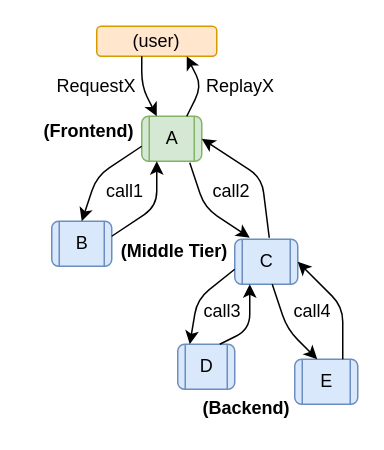
Earlier version of the draw.io diagram diagrams/traceing.drawio (MilosSimic/phd-thesis). Source tidied: cells renumbered, new cells numbered last; positions are measured from the earlier drawing's top-left corner, leaving out a move shared by most shapes. Both pictures are drawn from the tidied source at 150%, with x=0, y=0 at pixel (51, 26).
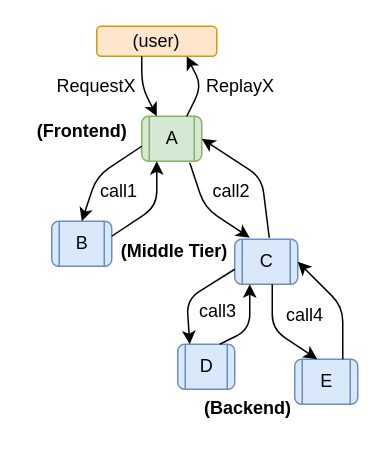
The same diagram, later.

Unchanged cells that the change refers to:
```xml
<mxCell id="3" value="A" style="shape=process;whiteSpace=wrap;html=1;backgroundOutline=1;rounded=1;fontStyle=0;fillColor=#d5e8d4;strokeColor=#82b366;" parent="1" vertex="1">
  <mxGeometry x="60" y="60" width="40" height="30" as="geometry" />
</mxCell>
<mxCell id="7" value="C" style="shape=process;whiteSpace=wrap;html=1;backgroundOutline=1;rounded=1;fillColor=#dae8fc;strokeColor=#6c8ebf;fontStyle=0;" parent="1" vertex="1">
  <mxGeometry x="122" y="142" width="42" height="30" as="geometry" />
</mxCell>
```

Diff of the diagram source:
```diff
@@
-    <mxCell id="4" style="endArrow=classic;html=1;entryX=0.25;entryY=0;entryDx=0;entryDy=0;" parent="1" edge="1" target="3">
-      <mxGeometry relative="1" as="geometry">
-        <mxPoint x="60" y="20" as="sourcePoint" />
-        <Array as="points">
-          <mxPoint x="60" y="40" />
-        </Array>
-      </mxGeometry>
-    </mxCell>
+    <mxCell id="27" style="endArrow=classic;html=1;entryX=0.25;entryY=0;entryDx=0;entryDy=0;" parent="1" edge="1" target="3">
+      <mxGeometry relative="1" as="geometry">
+        <mxPoint x="60" y="20" as="sourcePoint" />
+        <Array as="points">
+          <mxPoint x="60" y="40" />
+        </Array>
+      </mxGeometry>
+    </mxCell>
@@
-    <mxCell id="8" style="endArrow=classic;html=1;" parent="1" edge="1">
-      <mxGeometry relative="1" as="geometry">
-        <mxPoint x="60" y="80" as="sourcePoint" />
-        <mxPoint x="20" y="130" as="targetPoint" />
-        <Array as="points">
-          <mxPoint x="30" y="100" />
-        </Array>
-      </mxGeometry>
-    </mxCell>
-    <mxCell id="9" style="endArrow=classic;html=1;" parent="1" edge="1">
-      <mxGeometry relative="1" as="geometry">
-        <mxPoint x="40" y="140" as="sourcePoint" />
-        <mxPoint x="70" y="90" as="targetPoint" />
-        <Array as="points">
-          <mxPoint x="70" y="120" />
-        </Array>
-      </mxGeometry>
-    </mxCell>
-    <mxCell id="10" style="endArrow=classic;html=1;" parent="1" edge="1">
-      <mxGeometry relative="1" as="geometry">
-        <mxPoint x="92" y="91" as="sourcePoint" />
-        <mxPoint x="132" y="141" as="targetPoint" />
-        <Array as="points">
-          <mxPoint x="102" y="121" />
-        </Array>
-      </mxGeometry>
-    </mxCell>
-    <mxCell id="11" style="endArrow=classic;html=1;entryX=1;entryY=0.5;entryDx=0;entryDy=0;" parent="1" edge="1" target="3">
-      <mxGeometry relative="1" as="geometry">
-        <mxPoint x="145" y="141" as="sourcePoint" />
-        <Array as="points">
-          <mxPoint x="140" y="101" />
-        </Array>
-      </mxGeometry>
-    </mxCell>
+    <mxCell id="28" style="endArrow=classic;html=1;" parent="1" edge="1">
+      <mxGeometry relative="1" as="geometry">
+        <mxPoint x="60" y="80" as="sourcePoint" />
+        <mxPoint x="20" y="130" as="targetPoint" />
+        <Array as="points">
+          <mxPoint x="30" y="100" />
+        </Array>
+      </mxGeometry>
+    </mxCell>
+    <mxCell id="29" style="endArrow=classic;html=1;" parent="1" edge="1">
+      <mxGeometry relative="1" as="geometry">
+        <mxPoint x="40" y="140" as="sourcePoint" />
+        <mxPoint x="70" y="90" as="targetPoint" />
+        <Array as="points">
+          <mxPoint x="70" y="120" />
+        </Array>
+      </mxGeometry>
+    </mxCell>
+    <mxCell id="30" style="endArrow=classic;html=1;" parent="1" edge="1">
+      <mxGeometry relative="1" as="geometry">
+        <mxPoint x="92" y="91" as="sourcePoint" />
+        <mxPoint x="132" y="141" as="targetPoint" />
+        <Array as="points">
+          <mxPoint x="102" y="121" />
+        </Array>
+      </mxGeometry>
+    </mxCell>
+    <mxCell id="31" style="endArrow=classic;html=1;entryX=1;entryY=0.5;entryDx=0;entryDy=0;" parent="1" edge="1" target="3">
+      <mxGeometry relative="1" as="geometry">
+        <mxPoint x="145" y="141" as="sourcePoint" />
+        <Array as="points">
+          <mxPoint x="140" y="101" />
+        </Array>
+      </mxGeometry>
+    </mxCell>
@@
-    <mxCell id="14" style="endArrow=classic;html=1;" parent="1" edge="1">
-      <mxGeometry relative="1" as="geometry">
-        <mxPoint x="122" y="162" as="sourcePoint" />
-        <mxPoint x="92" y="212" as="targetPoint" />
-        <Array as="points">
-          <mxPoint x="97" y="182" />
-        </Array>
-      </mxGeometry>
-    </mxCell>
-    <mxCell id="15" style="endArrow=classic;html=1;" parent="1" edge="1">
-      <mxGeometry relative="1" as="geometry">
-        <mxPoint x="112" y="212" as="sourcePoint" />
-        <mxPoint x="132" y="172" as="targetPoint" />
-        <Array as="points">
-          <mxPoint x="132" y="202" />
-        </Array>
-      </mxGeometry>
-    </mxCell>
-    <mxCell id="16" style="endArrow=classic;html=1;" parent="1" edge="1">
-      <mxGeometry relative="1" as="geometry">
-        <mxPoint x="147" y="172" as="sourcePoint" />
-        <mxPoint x="177" y="222" as="targetPoint" />
-        <Array as="points">
-          <mxPoint x="157" y="202" />
-        </Array>
-      </mxGeometry>
-    </mxCell>
-    <mxCell id="17" style="endArrow=classic;html=1;entryX=1;entryY=0.5;entryDx=0;entryDy=0;exitX=0.64;exitY=-0.167;exitDx=0;exitDy=0;exitPerimeter=0;" parent="1" edge="1" target="7">
-      <mxGeometry relative="1" as="geometry">
-        <mxPoint x="194" y="222" as="sourcePoint" />
-        <Array as="points">
-          <mxPoint x="194" y="187" />
-        </Array>
-      </mxGeometry>
-    </mxCell>
+    <mxCell id="32" style="endArrow=classic;html=1;" parent="1" edge="1">
+      <mxGeometry relative="1" as="geometry">
+        <mxPoint x="122" y="162" as="sourcePoint" />
+        <mxPoint x="92" y="212" as="targetPoint" />
+        <Array as="points">
+          <mxPoint x="90" y="182" />
+        </Array>
+      </mxGeometry>
+    </mxCell>
+    <mxCell id="33" style="endArrow=classic;html=1;" parent="1" edge="1">
+      <mxGeometry relative="1" as="geometry">
+        <mxPoint x="112" y="212" as="sourcePoint" />
+        <mxPoint x="132" y="172" as="targetPoint" />
+        <Array as="points">
+          <mxPoint x="132" y="202" />
+        </Array>
+      </mxGeometry>
+    </mxCell>
+    <mxCell id="34" style="endArrow=classic;html=1;" parent="1" edge="1">
+      <mxGeometry relative="1" as="geometry">
+        <mxPoint x="147" y="172" as="sourcePoint" />
+        <mxPoint x="177" y="222" as="targetPoint" />
+        <Array as="points">
+          <mxPoint x="147" y="202" />
+        </Array>
+      </mxGeometry>
+    </mxCell>
+    <mxCell id="35" style="endArrow=classic;html=1;entryX=1;entryY=0.5;entryDx=0;entryDy=0;exitX=0.64;exitY=-0.167;exitDx=0;exitDy=0;exitPerimeter=0;" parent="1" edge="1" target="7">
+      <mxGeometry relative="1" as="geometry">
+        <mxPoint x="194" y="222" as="sourcePoint" />
+        <Array as="points">
+          <mxPoint x="194" y="187" />
+        </Array>
+      </mxGeometry>
+    </mxCell>
     <mxCell id="18" value="&lt;b&gt;(Backend)&lt;/b&gt;" style="text;html=1;strokeColor=none;fillColor=none;align=center;verticalAlign=middle;whiteSpace=wrap;rounded=0;" parent="1" vertex="1">
-      <mxGeometry x="110" y="245" width="40" height="20" as="geometry" />
+      <mxGeometry x="96" y="245" width="70" height="20" as="geometry" />
     </mxCell>
@@
     <mxCell id="20" value="&lt;b&gt;(Frontend)&lt;/b&gt;" style="text;html=1;strokeColor=none;fillColor=none;align=center;verticalAlign=middle;whiteSpace=wrap;rounded=0;" parent="1" vertex="1">
-      <mxGeometry x="5" y="60" width="40" height="20" as="geometry" />
+      <mxGeometry x="-17" y="60" width="75" height="20" as="geometry" />
     </mxCell>
     <mxCell id="21" value="RequestX" style="text;html=1;strokeColor=none;fillColor=none;align=center;verticalAlign=middle;whiteSpace=wrap;rounded=0;" parent="1" vertex="1">
-      <mxGeometry x="10" y="30" width="40" height="20" as="geometry" />
+      <mxGeometry y="30" width="60" height="20" as="geometry" />
     </mxCell>
@@
     <mxCell id="23" value="call1" style="text;html=1;strokeColor=none;fillColor=none;align=center;verticalAlign=middle;whiteSpace=wrap;rounded=0;" parent="1" vertex="1">
-      <mxGeometry x="39" y="100" width="20" height="20" as="geometry" />
+      <mxGeometry x="10" y="100" width="70" height="20" as="geometry" />
     </mxCell>
     <mxCell id="24" value="call2" style="text;html=1;strokeColor=none;fillColor=none;align=center;verticalAlign=middle;whiteSpace=wrap;rounded=0;" parent="1" vertex="1">
-      <mxGeometry x="110" y="100" width="20" height="20" as="geometry" />
+      <mxGeometry x="80" y="100" width="80" height="20" as="geometry" />
     </mxCell>
     <mxCell id="25" value="call3" style="text;html=1;strokeColor=none;fillColor=none;align=center;verticalAlign=middle;whiteSpace=wrap;rounded=0;" parent="1" vertex="1">
-      <mxGeometry x="104" y="180" width="20" height="20" as="geometry" />
+      <mxGeometry x="81" y="180" width="60" height="20" as="geometry" />
     </mxCell>
     <mxCell id="26" value="call4" style="text;html=1;strokeColor=none;fillColor=none;align=center;verticalAlign=middle;whiteSpace=wrap;rounded=0;" parent="1" vertex="1">
-      <mxGeometry x="164" y="180" width="20" height="20" as="geometry" />
+      <mxGeometry x="134" y="183" width="70" height="20" as="geometry" />
     </mxCell>
```
